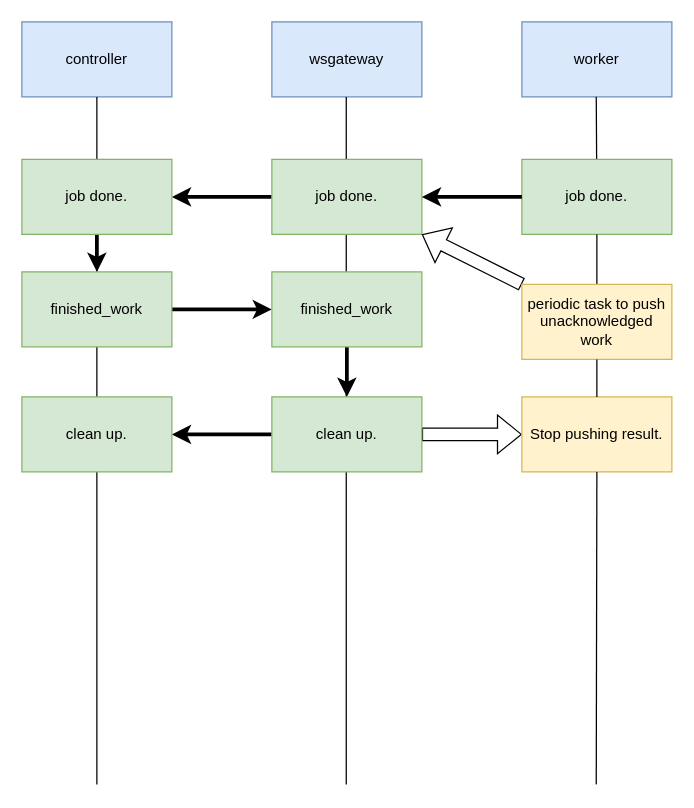
Above: Untitled Diagram.drawio in jatinbajaj1/tests (draw.io), before the change. Source tidied: cells renumbered, new cells numbered last; positions are measured from the earlier drawing's top-left corner, leaving out a move shared by most shapes. Both pictures are drawn from the tidied source at 125%, with x=0, y=0 at pixel (21, 21).
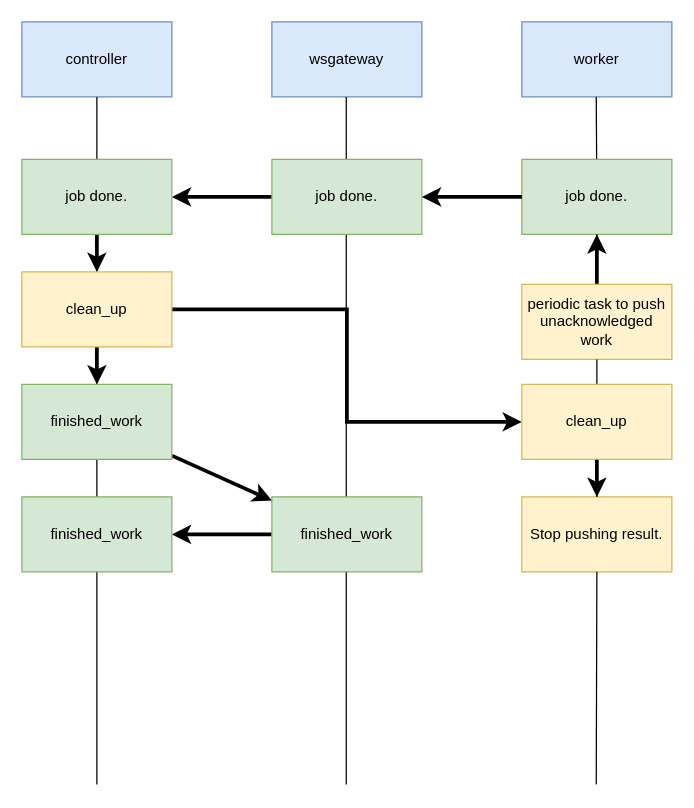
Above is the later version.

Unchanged cells that the change refers to:
```xml
<mxCell id="8" value="job done." style="rounded=0;whiteSpace=wrap;html=1;fillColor=#d5e8d4;strokeColor=#82b366;" parent="1" vertex="1">
  <mxGeometry x="400" y="110" width="120" height="60" as="geometry" />
</mxCell>
<mxCell id="11" value="job done." style="rounded=0;whiteSpace=wrap;html=1;fillColor=#d5e8d4;strokeColor=#82b366;" parent="1" vertex="1">
  <mxGeometry x="200" y="110" width="120" height="60" as="geometry" />
</mxCell>
<mxCell id="13" value="job done." style="rounded=0;whiteSpace=wrap;html=1;fillColor=#d5e8d4;strokeColor=#82b366;" parent="1" vertex="1">
  <mxGeometry y="110" width="120" height="60" as="geometry" />
</mxCell>
<mxCell id="26" value="periodic task to push unacknowledged work" style="rounded=0;whiteSpace=wrap;html=1;fillColor=#fff2cc;strokeColor=#d6b656;" parent="1" vertex="1">
  <mxGeometry x="400" y="210" width="120" height="60" as="geometry" />
</mxCell>
```

What changed in the source:
```diff
@@
-    <mxCell id="12" style="edgeStyle=orthogonalEdgeStyle;rounded=0;jettySize=auto;html=1;entryX=0.5;entryY=0;entryDx=0;entryDy=0;strokeWidth=3;" parent="1" edge="1" source="13" target="15">
-      <mxGeometry relative="1" as="geometry" />
-    </mxCell>
+    <mxCell id="28" style="edgeStyle=orthogonalEdgeStyle;rounded=0;jettySize=auto;html=1;entryX=0.5;entryY=0;entryDx=0;entryDy=0;startArrow=none;startFill=0;strokeWidth=3;" parent="1" edge="1" source="13" target="33">
+      <mxGeometry relative="1" as="geometry" />
+    </mxCell>
@@
-    <mxCell id="14" style="edgeStyle=orthogonalEdgeStyle;rounded=0;jettySize=auto;html=1;entryX=0;entryY=0.5;entryDx=0;entryDy=0;strokeWidth=3;" parent="1" edge="1" source="15" target="17">
-      <mxGeometry relative="1" as="geometry" />
-    </mxCell>
-    <mxCell id="15" value="finished_work" style="rounded=0;whiteSpace=wrap;html=1;fillColor=#d5e8d4;strokeColor=#82b366;" parent="1" vertex="1">
-      <mxGeometry y="200" width="120" height="60" as="geometry" />
-    </mxCell>
-    <mxCell id="16" style="edgeStyle=orthogonalEdgeStyle;rounded=0;jettySize=auto;html=1;entryX=0.5;entryY=0;entryDx=0;entryDy=0;strokeWidth=3;" parent="1" edge="1" source="17" target="20">
-      <mxGeometry relative="1" as="geometry" />
-    </mxCell>
+    <mxCell id="29" style="edgeStyle=none;rounded=0;jettySize=auto;html=1;startArrow=none;startFill=0;strokeWidth=3;" parent="1" edge="1" source="17" target="21">
+      <mxGeometry relative="1" as="geometry" />
+    </mxCell>
     <mxCell id="17" value="finished_work" style="rounded=0;whiteSpace=wrap;html=1;fillColor=#d5e8d4;strokeColor=#82b366;" parent="1" vertex="1">
-      <mxGeometry x="200" y="200" width="120" height="60" as="geometry" />
+      <mxGeometry x="200" y="380" width="120" height="60" as="geometry" />
     </mxCell>
-    <mxCell id="18" style="edgeStyle=orthogonalEdgeStyle;rounded=0;jettySize=auto;html=1;entryX=1;entryY=0.5;entryDx=0;entryDy=0;strokeWidth=3;" parent="1" edge="1" source="20" target="21">
-      <mxGeometry relative="1" as="geometry" />
-    </mxCell>
-    <mxCell id="19" style="edgeStyle=orthogonalEdgeStyle;rounded=0;jettySize=auto;html=1;entryX=0;entryY=0.5;entryDx=0;entryDy=0;shape=flexArrow;" parent="1" edge="1" source="20" target="23">
-      <mxGeometry relative="1" as="geometry" />
-    </mxCell>
-    <mxCell id="20" value="clean up." style="rounded=0;whiteSpace=wrap;html=1;fillColor=#d5e8d4;strokeColor=#82b366;" parent="1" vertex="1">
-      <mxGeometry x="200" y="300" width="120" height="60" as="geometry" />
-    </mxCell>
-    <mxCell id="21" value="clean up." style="rounded=0;whiteSpace=wrap;html=1;fillColor=#d5e8d4;strokeColor=#82b366;" parent="1" vertex="1">
-      <mxGeometry y="300" width="120" height="60" as="geometry" />
+    <mxCell id="21" value="finished_work" style="rounded=0;whiteSpace=wrap;html=1;fillColor=#d5e8d4;strokeColor=#82b366;" parent="1" vertex="1">
+      <mxGeometry y="380" width="120" height="60" as="geometry" />
     </mxCell>
@@
     <mxCell id="23" value="Stop pushing result." style="rounded=0;whiteSpace=wrap;html=1;fillColor=#fff2cc;strokeColor=#d6b656;" parent="1" vertex="1">
-      <mxGeometry x="400" y="300" width="120" height="60" as="geometry" />
+      <mxGeometry x="400" y="380" width="120" height="60" as="geometry" />
     </mxCell>
@@
-    <mxCell id="25" style="rounded=0;jettySize=auto;html=1;strokeWidth=1;shape=flexArrow;" parent="1" edge="1" source="26" target="11">
-      <mxGeometry relative="1" as="geometry" />
-    </mxCell>
+    <mxCell id="30" style="edgeStyle=orthogonalEdgeStyle;rounded=0;jettySize=auto;html=1;startArrow=none;startFill=0;strokeWidth=3;" parent="1" edge="1" source="26" target="8">
+      <mxGeometry relative="1" as="geometry" />
+    </mxCell>
@@
-    <mxCell id="27" style="endArrow=none;html=1;entryX=0.5;entryY=1;entryDx=0;entryDy=0;" parent="1" edge="1" source="23" target="26">
+    <mxCell id="27" style="endArrow=none;html=1;entryX=0.5;entryY=1;entryDx=0;entryDy=0;" parent="1" edge="1" source="35" target="26">
       <mxGeometry relative="1" as="geometry" />
     </mxCell>
+    <mxCell id="31" style="edgeStyle=orthogonalEdgeStyle;rounded=0;jettySize=auto;html=1;entryX=0;entryY=0.5;entryDx=0;entryDy=0;strokeWidth=3;" parent="1" edge="1" source="33" target="35">
+      <mxGeometry relative="1" as="geometry" />
+    </mxCell>
+    <mxCell id="32" style="edgeStyle=none;rounded=0;jettySize=auto;html=1;startArrow=none;startFill=0;strokeWidth=3;" parent="1" edge="1" source="33" target="15">
+      <mxGeometry relative="1" as="geometry" />
+    </mxCell>
+    <mxCell id="33" value="clean_up" style="rounded=0;whiteSpace=wrap;html=1;fillColor=#fff2cc;strokeColor=#d6b656;" parent="1" vertex="1">
+      <mxGeometry y="200" width="120" height="60" as="geometry" />
+    </mxCell>
+    <mxCell id="34" style="edgeStyle=orthogonalEdgeStyle;rounded=0;jettySize=auto;html=1;entryX=0.5;entryY=0;entryDx=0;entryDy=0;strokeWidth=3;" parent="1" edge="1" source="35" target="23">
+      <mxGeometry relative="1" as="geometry" />
+    </mxCell>
+    <mxCell id="35" value="clean_up" style="rounded=0;whiteSpace=wrap;html=1;fillColor=#fff2cc;strokeColor=#d6b656;" parent="1" vertex="1">
+      <mxGeometry x="400" y="290" width="120" height="60" as="geometry" />
+    </mxCell>
+    <mxCell id="36" style="endArrow=none;html=1;entryX=0.5;entryY=1;entryDx=0;entryDy=0;" parent="1" edge="1" source="23" target="35">
+      <mxGeometry relative="1" as="geometry" />
+    </mxCell>
+    <mxCell id="14" style="edgeStyle=none;rounded=0;jettySize=auto;html=1;startArrow=none;startFill=0;strokeWidth=3;" parent="1" edge="1" source="15" target="17">
+      <mxGeometry relative="1" as="geometry" />
+    </mxCell>
+    <mxCell id="15" value="finished_work" style="rounded=0;whiteSpace=wrap;html=1;fillColor=#d5e8d4;strokeColor=#82b366;" parent="1" vertex="1">
+      <mxGeometry y="290" width="120" height="60" as="geometry" />
+    </mxCell>
```
